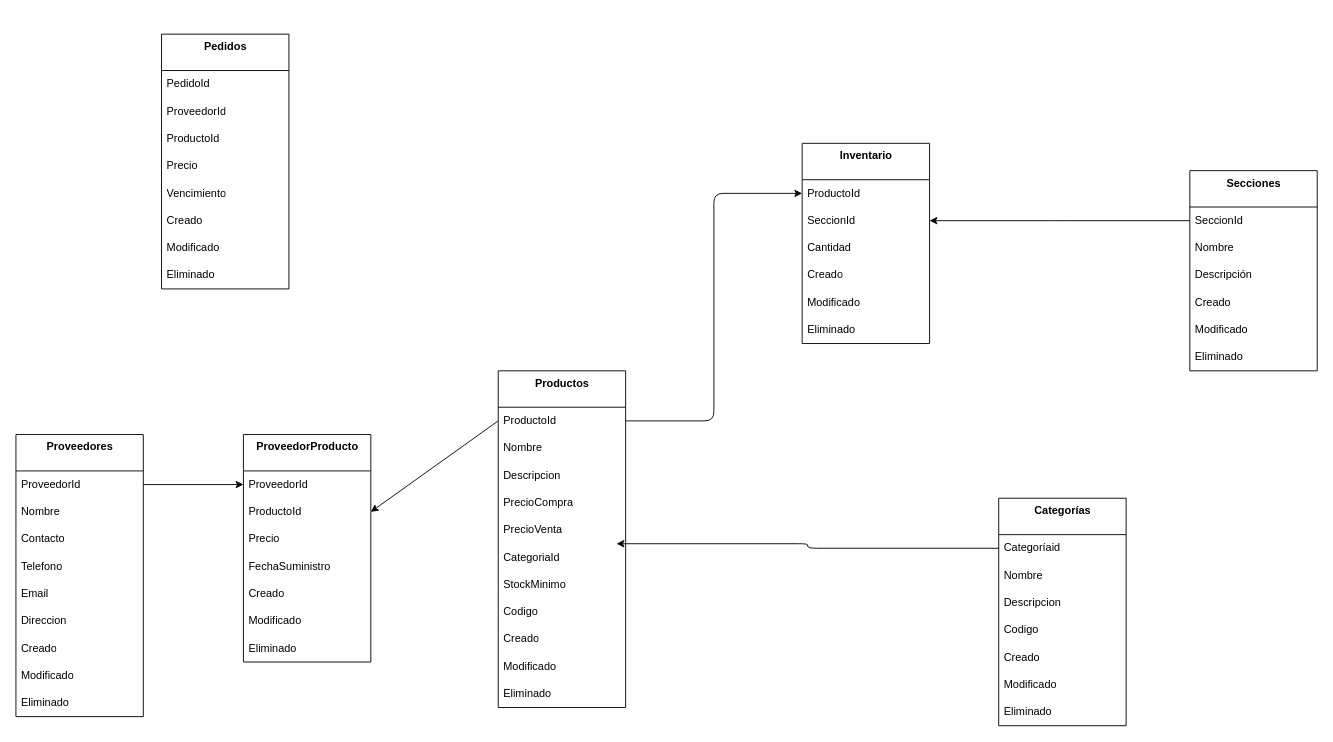
The draw.io diagram Doc/Bodega.drawio in Rosmel-Merlo/CajamarcaDigital, before the edit. Source tidied: cells renumbered, new cells numbered last; positions are measured from the earlier drawing's top-left corner, leaving out a move shared by most shapes. Both pictures are drawn from the tidied source at 91%, with x=0, y=0 at pixel (15, 34).
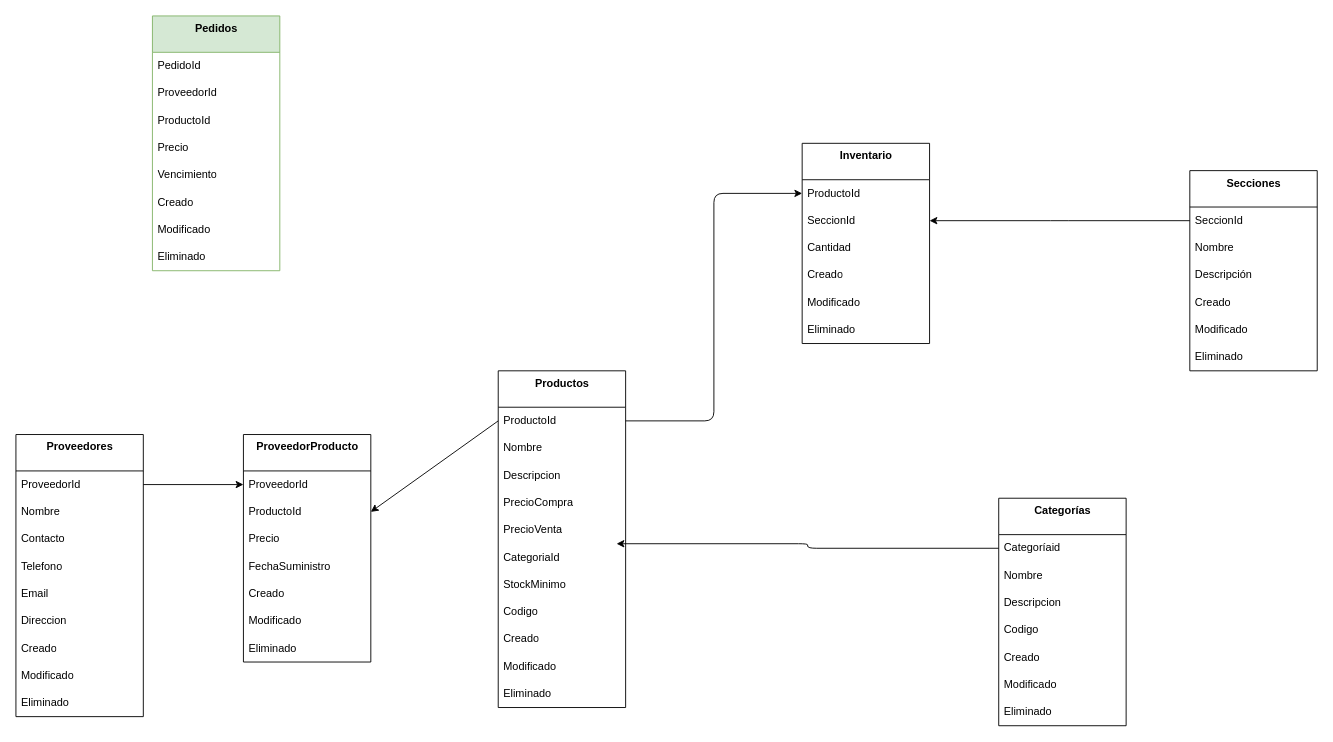
The same diagram, later.

What changed in the source:
```diff
@@
-    <mxCell id="59" value="&lt;b&gt;Pedidos&lt;/b&gt;" style="swimlane;fontStyle=0;align=center;verticalAlign=top;horizontal=1;startSize=40;html=1;" parent="1" vertex="1">
-      <mxGeometry x="160" width="140" height="280" as="geometry" />
+    <mxCell id="59" value="&lt;b&gt;Pedidos&lt;/b&gt;" style="swimlane;fontStyle=0;align=center;verticalAlign=top;horizontal=1;startSize=40;html=1;fillColor=#d5e8d4;strokeColor=#82b366;" parent="1" vertex="1">
+      <mxGeometry x="150" y="-20" width="140" height="280" as="geometry" />
     </mxCell>
```
